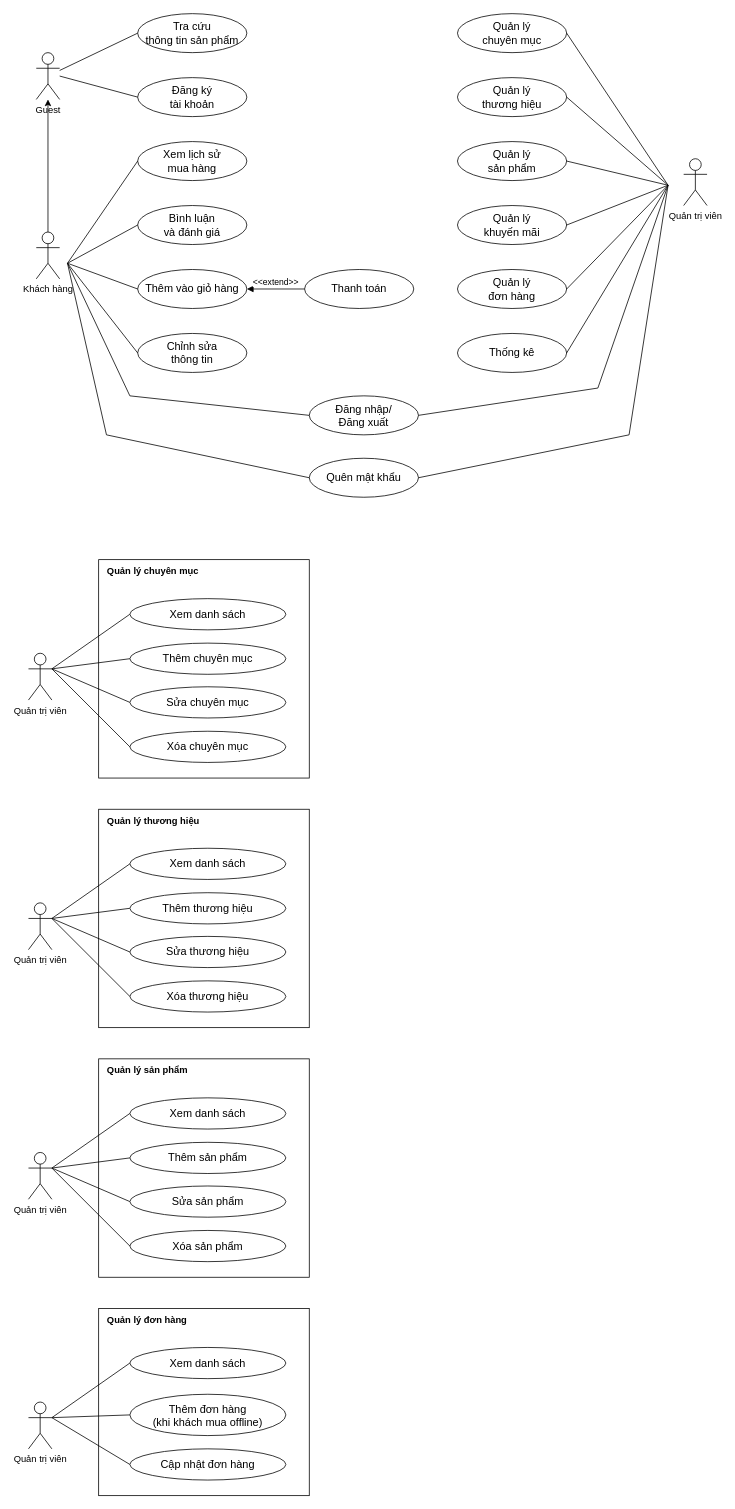
The draw.io diagram docs/01_vi_Usercase.drawio in quockhanhtn/mern-ecommerce, before the edit. Source tidied: cells renumbered, new cells numbered last; positions are measured from the earlier drawing's top-left corner, leaving out a move shared by most shapes. Both pictures are drawn from the tidied source at 78%, with x=0, y=0 at pixel (28, 13).
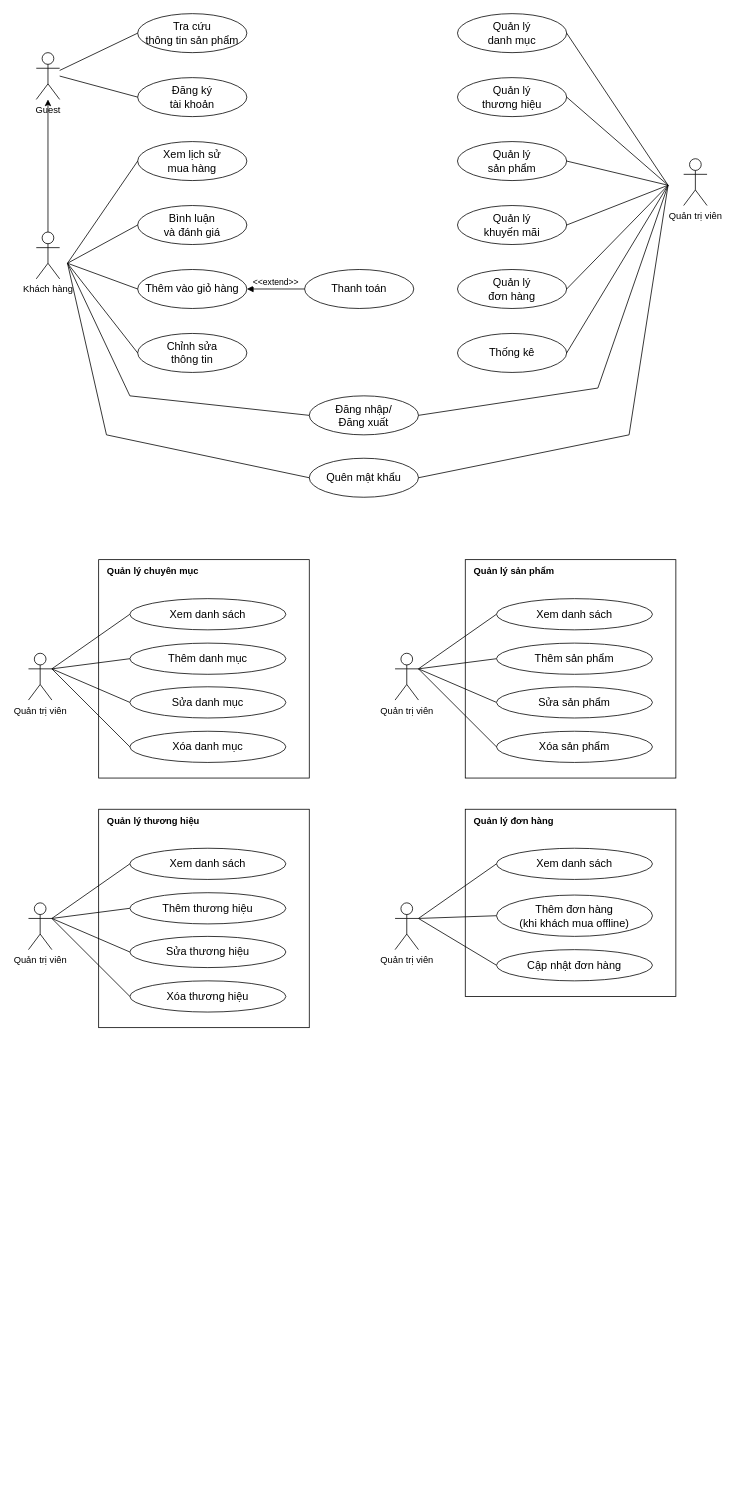
The same page after the edit.

Commit message (it also covers changes not shown here):
Hotfix manager brand + update usercase

Diff of the diagram source:
```diff
@@
-    <mxCell id="24" value="Quản lý&lt;br&gt;chuyên mục" style="ellipse;whiteSpace=wrap;html=1;fontSize=14;" parent="1" vertex="1">
+    <mxCell id="24" value="Quản lý&lt;br&gt;danh mục" style="ellipse;whiteSpace=wrap;html=1;fontSize=14;" parent="1" vertex="1">
       <mxGeometry x="550" width="140" height="50" as="geometry" />
     </mxCell>
@@
-    <mxCell id="44" value="Thêm chuyên mục" style="ellipse;whiteSpace=wrap;html=1;fontSize=14;" parent="1" vertex="1">
+    <mxCell id="44" value="Thêm danh mục" style="ellipse;whiteSpace=wrap;html=1;fontSize=14;" parent="1" vertex="1">
       <mxGeometry x="130" y="807" width="200" height="40" as="geometry" />
     </mxCell>
-    <mxCell id="45" value="Sửa chuyên mục" style="ellipse;whiteSpace=wrap;html=1;fontSize=14;" parent="1" vertex="1">
+    <mxCell id="45" value="Sửa danh mục" style="ellipse;whiteSpace=wrap;html=1;fontSize=14;" parent="1" vertex="1">
       <mxGeometry x="130" y="863" width="200" height="40" as="geometry" />
     </mxCell>
@@
-    <mxCell id="47" value="Xóa chuyên mục" style="ellipse;whiteSpace=wrap;html=1;fontSize=14;" parent="1" vertex="1">
+    <mxCell id="47" value="Xóa danh mục" style="ellipse;whiteSpace=wrap;html=1;fontSize=14;" parent="1" vertex="1">
       <mxGeometry x="130" y="920" width="200" height="40" as="geometry" />
     </mxCell>
@@
     <mxCell id="60" style="whiteSpace=wrap;html=1;" parent="1" vertex="1">
-      <mxGeometry x="90" y="1340" width="270" height="280" as="geometry" />
+      <mxGeometry x="560" y="700" width="270" height="280" as="geometry" />
     </mxCell>
     <mxCell id="61" value="Quản trị viên" style="shape=umlActor;verticalLabelPosition=bottom;verticalAlign=top;html=1;" parent="1" vertex="1">
-      <mxGeometry y="1460" width="30" height="60" as="geometry" />
+      <mxGeometry x="470" y="820" width="30" height="60" as="geometry" />
     </mxCell>
@@
     <mxCell id="65" value="Quản lý sản phẩm" style="text;html=1;strokeColor=none;fillColor=none;align=left;verticalAlign=middle;whiteSpace=wrap;rounded=0;fontStyle=1;" parent="1" vertex="1">
-      <mxGeometry x="98.8" y="1340" width="211.8" height="30" as="geometry" />
+      <mxGeometry x="568.8" y="700" width="211.8" height="30" as="geometry" />
     </mxCell>
     <mxCell id="66" value="Thêm sản phẩm" style="ellipse;whiteSpace=wrap;html=1;fontSize=14;" parent="1" vertex="1">
-      <mxGeometry x="130" y="1447" width="200" height="40" as="geometry" />
+      <mxGeometry x="600" y="807" width="200" height="40" as="geometry" />
     </mxCell>
     <mxCell id="67" value="Sửa sản phẩm" style="ellipse;whiteSpace=wrap;html=1;fontSize=14;" parent="1" vertex="1">
-      <mxGeometry x="130" y="1503" width="200" height="40" as="geometry" />
+      <mxGeometry x="600" y="863" width="200" height="40" as="geometry" />
     </mxCell>
     <mxCell id="68" value="Xem danh sách" style="ellipse;whiteSpace=wrap;html=1;fontSize=14;" parent="1" vertex="1">
-      <mxGeometry x="130" y="1390" width="200" height="40" as="geometry" />
+      <mxGeometry x="600" y="750" width="200" height="40" as="geometry" />
     </mxCell>
     <mxCell id="69" value="Xóa sản phẩm" style="ellipse;whiteSpace=wrap;html=1;fontSize=14;" parent="1" vertex="1">
-      <mxGeometry x="130" y="1560" width="200" height="40" as="geometry" />
+      <mxGeometry x="600" y="920" width="200" height="40" as="geometry" />
     </mxCell>
@@
     <mxCell id="71" style="whiteSpace=wrap;html=1;" parent="1" vertex="1">
-      <mxGeometry x="90" y="1660" width="270" height="240" as="geometry" />
+      <mxGeometry x="560" y="1020" width="270" height="240" as="geometry" />
     </mxCell>
     <mxCell id="72" value="Quản trị viên" style="shape=umlActor;verticalLabelPosition=bottom;verticalAlign=top;html=1;" parent="1" vertex="1">
-      <mxGeometry y="1780" width="30" height="60" as="geometry" />
+      <mxGeometry x="470" y="1140" width="30" height="60" as="geometry" />
     </mxCell>
@@
     <mxCell id="76" value="Quản lý đơn hàng" style="text;html=1;strokeColor=none;fillColor=none;align=left;verticalAlign=middle;whiteSpace=wrap;rounded=0;fontStyle=1;" parent="1" vertex="1">
-      <mxGeometry x="98.8" y="1660" width="211.8" height="30" as="geometry" />
+      <mxGeometry x="568.8" y="1020" width="211.8" height="30" as="geometry" />
     </mxCell>
     <mxCell id="77" value="Thêm đơn hàng &lt;br&gt;(khi khách mua offline)" style="ellipse;whiteSpace=wrap;html=1;fontSize=14;" parent="1" vertex="1">
-      <mxGeometry x="130" y="1770" width="200" height="53" as="geometry" />
+      <mxGeometry x="600" y="1130" width="200" height="53" as="geometry" />
     </mxCell>
     <mxCell id="78" value="Cập nhật đơn hàng" style="ellipse;whiteSpace=wrap;html=1;fontSize=14;" parent="1" vertex="1">
-      <mxGeometry x="130" y="1840" width="200" height="40" as="geometry" />
+      <mxGeometry x="600" y="1200" width="200" height="40" as="geometry" />
     </mxCell>
     <mxCell id="79" value="Xem danh sách" style="ellipse;whiteSpace=wrap;html=1;fontSize=14;" parent="1" vertex="1">
-      <mxGeometry x="130" y="1710" width="200" height="40" as="geometry" />
+      <mxGeometry x="600" y="1070" width="200" height="40" as="geometry" />
     </mxCell>
```
